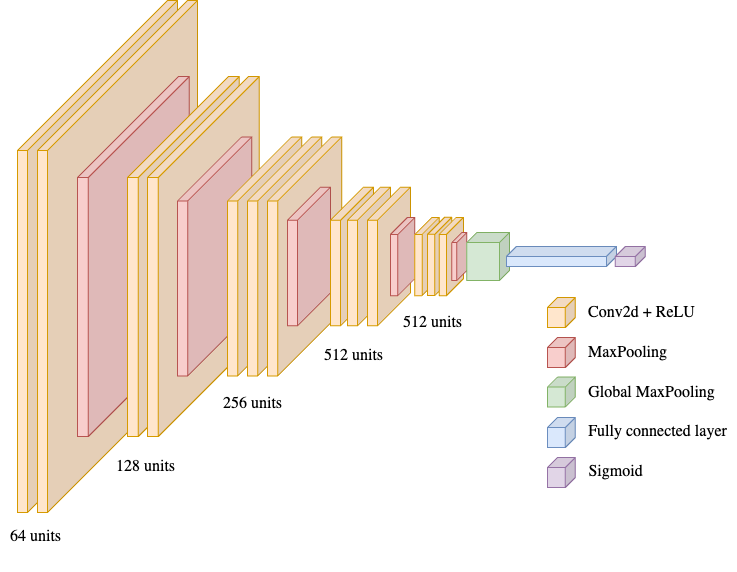
The draw.io diagram img/nn-arch.png in krebso/bc-thesis, before a commit. Source tidied: cells renumbered, new cells last; positions are measured from the earlier drawing's top-left corner, leaving out a move shared by most shapes.
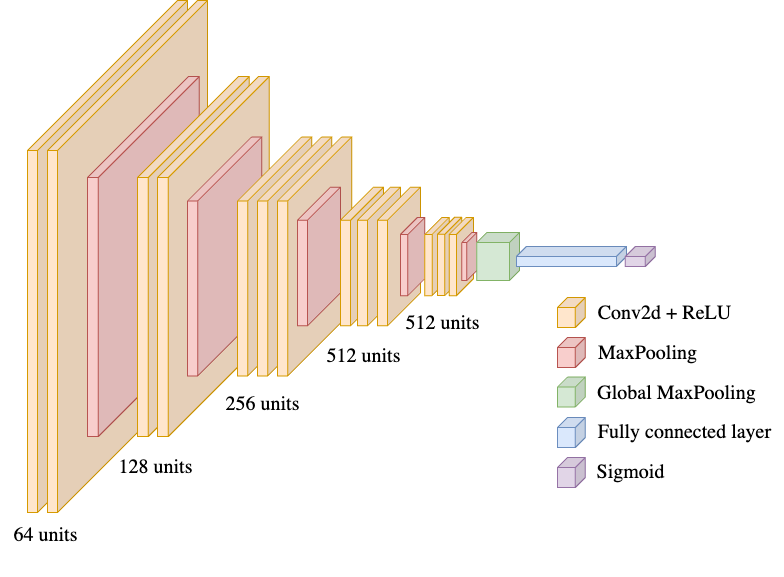
Above is the later version.

Commit message:
nn arch larger font

What changed in the source:
```diff
@@ -2,113 +2,113 @@
   <root>
     <mxCell id="0" />
     <mxCell id="1" parent="0" />
-    <mxCell id="2" style="shape=cube;whiteSpace=wrap;html=1;boundedLbl=1;backgroundOutline=1;darkOpacity=0.05;darkOpacity2=0.1;flipH=1;size=150;fillColor=#ffe6cc;strokeColor=#d79b00;fontFamily=Garamond;fontSize=16;" parent="1" vertex="1">
+    <mxCell id="2" style="shape=cube;whiteSpace=wrap;html=1;boundedLbl=1;backgroundOutline=1;darkOpacity=0.05;darkOpacity2=0.1;flipH=1;size=150;fillColor=#ffe6cc;strokeColor=#d79b00;fontFamily=Garamond;fontSize=20;" parent="1" vertex="1">
       <mxGeometry x="17" width="160" height="512" as="geometry" />
     </mxCell>
-    <mxCell id="3" style="shape=cube;whiteSpace=wrap;html=1;boundedLbl=1;backgroundOutline=1;darkOpacity=0.05;darkOpacity2=0.1;flipH=1;size=150;fillColor=#ffe6cc;strokeColor=#d79b00;fontFamily=Garamond;fontSize=16;" parent="1" vertex="1">
+    <mxCell id="3" style="shape=cube;whiteSpace=wrap;html=1;boundedLbl=1;backgroundOutline=1;darkOpacity=0.05;darkOpacity2=0.1;flipH=1;size=150;fillColor=#ffe6cc;strokeColor=#d79b00;fontFamily=Garamond;fontSize=20;" parent="1" vertex="1">
       <mxGeometry x="37" width="160" height="512" as="geometry" />
     </mxCell>
-    <mxCell id="4" value="64 units&lt;div style=&quot;font-size: 16px;&quot;&gt;&lt;br style=&quot;font-size: 16px;&quot;&gt;&lt;/div&gt;" style="text;html=1;align=center;verticalAlign=middle;strokeColor=none;fillColor=none;fontFamily=Garamond;fontSize=16;" parent="1" vertex="1">
-      <mxGeometry y="521" width="70" height="50" as="geometry" />
+    <mxCell id="4" value="64 units&lt;div style=&quot;font-size: 20px;&quot;&gt;&lt;br style=&quot;font-size: 20px;&quot;&gt;&lt;/div&gt;" style="text;html=1;align=center;verticalAlign=middle;strokeColor=none;fillColor=none;fontFamily=Garamond;fontSize=20;" parent="1" vertex="1">
+      <mxGeometry x="-10" y="516" width="90" height="60" as="geometry" />
     </mxCell>
-    <mxCell id="5" style="shape=cube;whiteSpace=wrap;html=1;boundedLbl=1;backgroundOutline=1;darkOpacity=0.05;darkOpacity2=0.1;flipH=1;size=101;fillColor=#f8cecc;strokeColor=#b85450;fontFamily=Garamond;fontSize=16;" parent="1" vertex="1">
+    <mxCell id="5" style="shape=cube;whiteSpace=wrap;html=1;boundedLbl=1;backgroundOutline=1;darkOpacity=0.05;darkOpacity2=0.1;flipH=1;size=101;fillColor=#f8cecc;strokeColor=#b85450;fontFamily=Garamond;fontSize=20;" parent="1" vertex="1">
       <mxGeometry x="77" y="76" width="111.8" height="360" as="geometry" />
     </mxCell>
-    <mxCell id="6" style="shape=cube;whiteSpace=wrap;html=1;boundedLbl=1;backgroundOutline=1;darkOpacity=0.05;darkOpacity2=0.1;flipH=1;size=101;fillColor=#ffe6cc;strokeColor=#d79b00;fontFamily=Garamond;fontSize=16;" parent="1" vertex="1">
+    <mxCell id="6" style="shape=cube;whiteSpace=wrap;html=1;boundedLbl=1;backgroundOutline=1;darkOpacity=0.05;darkOpacity2=0.1;flipH=1;size=101;fillColor=#ffe6cc;strokeColor=#d79b00;fontFamily=Garamond;fontSize=20;" parent="1" vertex="1">
       <mxGeometry x="127" y="76" width="111.8" height="360" as="geometry" />
     </mxCell>
-    <mxCell id="7" style="shape=cube;whiteSpace=wrap;html=1;boundedLbl=1;backgroundOutline=1;darkOpacity=0.05;darkOpacity2=0.1;flipH=1;size=101;fillColor=#ffe6cc;strokeColor=#d79b00;fontFamily=Garamond;fontSize=16;" parent="1" vertex="1">
+    <mxCell id="7" style="shape=cube;whiteSpace=wrap;html=1;boundedLbl=1;backgroundOutline=1;darkOpacity=0.05;darkOpacity2=0.1;flipH=1;size=101;fillColor=#ffe6cc;strokeColor=#d79b00;fontFamily=Garamond;fontSize=20;" parent="1" vertex="1">
       <mxGeometry x="147" y="76" width="111.8" height="360" as="geometry" />
     </mxCell>
-    <mxCell id="8" style="shape=cube;whiteSpace=wrap;html=1;boundedLbl=1;backgroundOutline=1;darkOpacity=0.05;darkOpacity2=0.1;flipH=1;size=64;fillColor=#f8cecc;strokeColor=#b85450;fontFamily=Garamond;fontSize=16;" parent="1" vertex="1">
+    <mxCell id="8" style="shape=cube;whiteSpace=wrap;html=1;boundedLbl=1;backgroundOutline=1;darkOpacity=0.05;darkOpacity2=0.1;flipH=1;size=64;fillColor=#f8cecc;strokeColor=#b85450;fontFamily=Garamond;fontSize=20;" parent="1" vertex="1">
       <mxGeometry x="177" y="136.5" width="74.3" height="239" as="geometry" />
     </mxCell>
-    <mxCell id="9" style="shape=cube;whiteSpace=wrap;html=1;boundedLbl=1;backgroundOutline=1;darkOpacity=0.05;darkOpacity2=0.1;flipH=1;size=64;fillColor=#ffe6cc;strokeColor=#d79b00;fontFamily=Garamond;fontSize=16;" parent="1" vertex="1">
+    <mxCell id="9" style="shape=cube;whiteSpace=wrap;html=1;boundedLbl=1;backgroundOutline=1;darkOpacity=0.05;darkOpacity2=0.1;flipH=1;size=64;fillColor=#ffe6cc;strokeColor=#d79b00;fontFamily=Garamond;fontSize=20;" parent="1" vertex="1">
       <mxGeometry x="227" y="136.5" width="74.3" height="239" as="geometry" />
     </mxCell>
-    <mxCell id="10" style="shape=cube;whiteSpace=wrap;html=1;boundedLbl=1;backgroundOutline=1;darkOpacity=0.05;darkOpacity2=0.1;flipH=1;size=64;fillColor=#ffe6cc;strokeColor=#d79b00;fontFamily=Garamond;fontSize=16;" parent="1" vertex="1">
+    <mxCell id="10" style="shape=cube;whiteSpace=wrap;html=1;boundedLbl=1;backgroundOutline=1;darkOpacity=0.05;darkOpacity2=0.1;flipH=1;size=64;fillColor=#ffe6cc;strokeColor=#d79b00;fontFamily=Garamond;fontSize=20;" parent="1" vertex="1">
       <mxGeometry x="247" y="136.5" width="74.3" height="239" as="geometry" />
     </mxCell>
-    <mxCell id="11" style="shape=cube;whiteSpace=wrap;html=1;boundedLbl=1;backgroundOutline=1;darkOpacity=0.05;darkOpacity2=0.1;flipH=1;size=64;fillColor=#ffe6cc;strokeColor=#d79b00;fontFamily=Garamond;fontSize=16;" parent="1" vertex="1">
+    <mxCell id="11" style="shape=cube;whiteSpace=wrap;html=1;boundedLbl=1;backgroundOutline=1;darkOpacity=0.05;darkOpacity2=0.1;flipH=1;size=64;fillColor=#ffe6cc;strokeColor=#d79b00;fontFamily=Garamond;fontSize=20;" parent="1" vertex="1">
       <mxGeometry x="267" y="136.5" width="74.3" height="239" as="geometry" />
     </mxCell>
-    <mxCell id="12" value="&lt;div style=&quot;font-size: 16px;&quot;&gt;128 units&lt;/div&gt;" style="text;html=1;align=center;verticalAlign=middle;strokeColor=none;fillColor=none;fontFamily=Garamond;fontSize=16;" parent="1" vertex="1">
-      <mxGeometry x="104.8" y="451" width="80" height="30" as="geometry" />
+    <mxCell id="12" value="&lt;div style=&quot;font-size: 20px;&quot;&gt;128 units&lt;/div&gt;" style="text;html=1;align=center;verticalAlign=middle;strokeColor=none;fillColor=none;fontFamily=Garamond;fontSize=20;" parent="1" vertex="1">
+      <mxGeometry x="94.8" y="446" width="100" height="40" as="geometry" />
     </mxCell>
-    <mxCell id="13" value="&lt;div style=&quot;font-size: 16px;&quot;&gt;256 units&lt;/div&gt;" style="text;html=1;align=center;verticalAlign=middle;strokeColor=none;fillColor=none;fontFamily=Garamond;fontSize=16;" parent="1" vertex="1">
-      <mxGeometry x="211.6" y="388" width="80" height="30" as="geometry" />
+    <mxCell id="13" value="&lt;div style=&quot;font-size: 20px;&quot;&gt;256 units&lt;/div&gt;" style="text;html=1;align=center;verticalAlign=middle;strokeColor=none;fillColor=none;fontFamily=Garamond;fontSize=20;" parent="1" vertex="1">
+      <mxGeometry x="201.6" y="383" width="100" height="40" as="geometry" />
     </mxCell>
-    <mxCell id="14" style="shape=cube;whiteSpace=wrap;html=1;boundedLbl=1;backgroundOutline=1;darkOpacity=0.05;darkOpacity2=0.1;flipH=1;size=33;fillColor=#f8cecc;strokeColor=#b85450;fontFamily=Garamond;fontSize=16;" parent="1" vertex="1">
+    <mxCell id="14" style="shape=cube;whiteSpace=wrap;html=1;boundedLbl=1;backgroundOutline=1;darkOpacity=0.05;darkOpacity2=0.1;flipH=1;size=33;fillColor=#f8cecc;strokeColor=#b85450;fontFamily=Garamond;fontSize=20;" parent="1" vertex="1">
       <mxGeometry x="287" y="186.8" width="43" height="138.5" as="geometry" />
     </mxCell>
-    <mxCell id="15" style="shape=cube;whiteSpace=wrap;html=1;boundedLbl=1;backgroundOutline=1;darkOpacity=0.05;darkOpacity2=0.1;flipH=1;size=33;fillColor=#ffe6cc;strokeColor=#d79b00;fontFamily=Garamond;fontSize=16;" parent="1" vertex="1">
+    <mxCell id="15" style="shape=cube;whiteSpace=wrap;html=1;boundedLbl=1;backgroundOutline=1;darkOpacity=0.05;darkOpacity2=0.1;flipH=1;size=33;fillColor=#ffe6cc;strokeColor=#d79b00;fontFamily=Garamond;fontSize=20;" parent="1" vertex="1">
       <mxGeometry x="330" y="186.8" width="43" height="138.5" as="geometry" />
     </mxCell>
-    <mxCell id="16" style="shape=cube;whiteSpace=wrap;html=1;boundedLbl=1;backgroundOutline=1;darkOpacity=0.05;darkOpacity2=0.1;flipH=1;size=33;fillColor=#ffe6cc;strokeColor=#d79b00;fontFamily=Garamond;fontSize=16;" parent="1" vertex="1">
+    <mxCell id="16" style="shape=cube;whiteSpace=wrap;html=1;boundedLbl=1;backgroundOutline=1;darkOpacity=0.05;darkOpacity2=0.1;flipH=1;size=33;fillColor=#ffe6cc;strokeColor=#d79b00;fontFamily=Garamond;fontSize=20;" parent="1" vertex="1">
       <mxGeometry x="347" y="186.8" width="43" height="138.5" as="geometry" />
     </mxCell>
-    <mxCell id="17" style="shape=cube;whiteSpace=wrap;html=1;boundedLbl=1;backgroundOutline=1;darkOpacity=0.05;darkOpacity2=0.1;flipH=1;size=33;fillColor=#ffe6cc;strokeColor=#d79b00;fontFamily=Garamond;fontSize=16;" parent="1" vertex="1">
+    <mxCell id="17" style="shape=cube;whiteSpace=wrap;html=1;boundedLbl=1;backgroundOutline=1;darkOpacity=0.05;darkOpacity2=0.1;flipH=1;size=33;fillColor=#ffe6cc;strokeColor=#d79b00;fontFamily=Garamond;fontSize=20;" parent="1" vertex="1">
       <mxGeometry x="367" y="186.8" width="43" height="138.5" as="geometry" />
     </mxCell>
-    <mxCell id="18" style="shape=cube;whiteSpace=wrap;html=1;boundedLbl=1;backgroundOutline=1;darkOpacity=0.05;darkOpacity2=0.1;flipH=1;size=17;fillColor=#f8cecc;strokeColor=#b85450;fontFamily=Garamond;fontSize=16;" parent="1" vertex="1">
+    <mxCell id="18" style="shape=cube;whiteSpace=wrap;html=1;boundedLbl=1;backgroundOutline=1;darkOpacity=0.05;darkOpacity2=0.1;flipH=1;size=17;fillColor=#f8cecc;strokeColor=#b85450;fontFamily=Garamond;fontSize=20;" parent="1" vertex="1">
       <mxGeometry x="390" y="216.9" width="24.3" height="78.2" as="geometry" />
     </mxCell>
-    <mxCell id="19" style="shape=cube;whiteSpace=wrap;html=1;boundedLbl=1;backgroundOutline=1;darkOpacity=0.05;darkOpacity2=0.1;flipH=1;size=17;fillColor=#ffe6cc;strokeColor=#d79b00;fontFamily=Garamond;fontSize=16;" parent="1" vertex="1">
+    <mxCell id="19" style="shape=cube;whiteSpace=wrap;html=1;boundedLbl=1;backgroundOutline=1;darkOpacity=0.05;darkOpacity2=0.1;flipH=1;size=17;fillColor=#ffe6cc;strokeColor=#d79b00;fontFamily=Garamond;fontSize=20;" parent="1" vertex="1">
       <mxGeometry x="414.3" y="216.9" width="24.3" height="78.2" as="geometry" />
     </mxCell>
-    <mxCell id="20" style="shape=cube;whiteSpace=wrap;html=1;boundedLbl=1;backgroundOutline=1;darkOpacity=0.05;darkOpacity2=0.1;flipH=1;size=17;fillColor=#ffe6cc;strokeColor=#d79b00;fontFamily=Garamond;fontSize=16;" parent="1" vertex="1">
+    <mxCell id="20" style="shape=cube;whiteSpace=wrap;html=1;boundedLbl=1;backgroundOutline=1;darkOpacity=0.05;darkOpacity2=0.1;flipH=1;size=17;fillColor=#ffe6cc;strokeColor=#d79b00;fontFamily=Garamond;fontSize=20;" parent="1" vertex="1">
       <mxGeometry x="427" y="216.9" width="24.3" height="78.2" as="geometry" />
     </mxCell>
-    <mxCell id="21" style="shape=cube;whiteSpace=wrap;html=1;boundedLbl=1;backgroundOutline=1;darkOpacity=0.05;darkOpacity2=0.1;flipH=1;size=17;fillColor=#ffe6cc;strokeColor=#d79b00;fontFamily=Garamond;fontSize=16;" parent="1" vertex="1">
+    <mxCell id="21" style="shape=cube;whiteSpace=wrap;html=1;boundedLbl=1;backgroundOutline=1;darkOpacity=0.05;darkOpacity2=0.1;flipH=1;size=17;fillColor=#ffe6cc;strokeColor=#d79b00;fontFamily=Garamond;fontSize=20;" parent="1" vertex="1">
       <mxGeometry x="438.6" y="216.9" width="24.3" height="78.2" as="geometry" />
     </mxCell>
-    <mxCell id="22" value="&lt;div style=&quot;font-size: 16px;&quot;&gt;512 units&lt;/div&gt;" style="text;html=1;align=center;verticalAlign=middle;strokeColor=none;fillColor=none;fontFamily=Garamond;fontSize=16;" parent="1" vertex="1">
-      <mxGeometry x="312.6" y="339.5" width="80" height="30" as="geometry" />
+    <mxCell id="22" value="&lt;div style=&quot;font-size: 20px;&quot;&gt;512 units&lt;/div&gt;" style="text;html=1;align=center;verticalAlign=middle;strokeColor=none;fillColor=none;fontFamily=Garamond;fontSize=20;" parent="1" vertex="1">
+      <mxGeometry x="302.6" y="334.5" width="100" height="40" as="geometry" />
     </mxCell>
-    <mxCell id="23" value="&lt;div style=&quot;font-size: 16px;&quot;&gt;512 units&lt;/div&gt;" style="text;html=1;align=center;verticalAlign=middle;strokeColor=none;fillColor=none;fontFamily=Garamond;fontSize=16;" parent="1" vertex="1">
-      <mxGeometry x="392.2" y="307" width="80" height="30" as="geometry" />
+    <mxCell id="23" value="&lt;div style=&quot;font-size: 20px;&quot;&gt;512 units&lt;/div&gt;" style="text;html=1;align=center;verticalAlign=middle;strokeColor=none;fillColor=none;fontFamily=Garamond;fontSize=20;" parent="1" vertex="1">
+      <mxGeometry x="382.2" y="302" width="100" height="40" as="geometry" />
     </mxCell>
-    <mxCell id="24" style="shape=cube;whiteSpace=wrap;html=1;boundedLbl=1;backgroundOutline=1;darkOpacity=0.05;darkOpacity2=0.1;flipH=1;size=10;fillColor=#f8cecc;strokeColor=#b85450;fontFamily=Garamond;fontSize=16;" parent="1" vertex="1">
+    <mxCell id="24" style="shape=cube;whiteSpace=wrap;html=1;boundedLbl=1;backgroundOutline=1;darkOpacity=0.05;darkOpacity2=0.1;flipH=1;size=10;fillColor=#f8cecc;strokeColor=#b85450;fontFamily=Garamond;fontSize=20;" parent="1" vertex="1">
       <mxGeometry x="451.3" y="232" width="14.9" height="48" as="geometry" />
     </mxCell>
-    <mxCell id="25" style="shape=cube;whiteSpace=wrap;html=1;boundedLbl=1;backgroundOutline=1;darkOpacity=0.05;darkOpacity2=0.1;flipH=1;size=10;fillColor=#d5e8d4;strokeColor=#82b366;fontFamily=Garamond;fontSize=16;" parent="1" vertex="1">
+    <mxCell id="25" style="shape=cube;whiteSpace=wrap;html=1;boundedLbl=1;backgroundOutline=1;darkOpacity=0.05;darkOpacity2=0.1;flipH=1;size=10;fillColor=#d5e8d4;strokeColor=#82b366;fontFamily=Garamond;fontSize=20;" parent="1" vertex="1">
       <mxGeometry x="466.2" y="232" width="42.8" height="48" as="geometry" />
     </mxCell>
-    <mxCell id="26" style="shape=cube;whiteSpace=wrap;html=1;boundedLbl=1;backgroundOutline=1;darkOpacity=0.05;darkOpacity2=0.1;flipH=1;size=10;fillColor=#dae8fc;strokeColor=#6c8ebf;fontFamily=Garamond;fontSize=16;" parent="1" vertex="1">
+    <mxCell id="26" style="shape=cube;whiteSpace=wrap;html=1;boundedLbl=1;backgroundOutline=1;darkOpacity=0.05;darkOpacity2=0.1;flipH=1;size=10;fillColor=#dae8fc;strokeColor=#6c8ebf;fontFamily=Garamond;fontSize=20;" parent="1" vertex="1">
       <mxGeometry x="505.9" y="246" width="110" height="20" as="geometry" />
     </mxCell>
-    <mxCell id="27" value="Conv2d + ReLU" style="text;html=1;align=center;verticalAlign=middle;strokeColor=none;fillColor=none;fontFamily=Garamond;fontSize=16;" parent="1" vertex="1">
-      <mxGeometry x="575.8" y="297" width="130" height="30" as="geometry" />
+    <mxCell id="27" value="Conv2d + ReLU" style="text;html=1;align=center;verticalAlign=middle;strokeColor=none;fillColor=none;fontFamily=Garamond;fontSize=20;" parent="1" vertex="1">
+      <mxGeometry x="573.8" y="292" width="160" height="40" as="geometry" />
     </mxCell>
-    <mxCell id="28" value="MaxPooling" style="text;html=1;align=center;verticalAlign=middle;strokeColor=none;fillColor=none;fontFamily=Garamond;fontSize=16;" parent="1" vertex="1">
-      <mxGeometry x="576.8" y="336.5" width="100" height="30" as="geometry" />
+    <mxCell id="28" value="MaxPooling" style="text;html=1;align=center;verticalAlign=middle;strokeColor=none;fillColor=none;fontFamily=Garamond;fontSize=20;" parent="1" vertex="1">
+      <mxGeometry x="576.8" y="331.5" width="120" height="40" as="geometry" />
     </mxCell>
-    <mxCell id="29" style="shape=cube;whiteSpace=wrap;html=1;boundedLbl=1;backgroundOutline=1;darkOpacity=0.05;darkOpacity2=0.1;flipH=1;size=10;fillColor=#ffe6cc;strokeColor=#d79b00;fontFamily=Garamond;fontSize=16;" parent="1" vertex="1">
+    <mxCell id="29" style="shape=cube;whiteSpace=wrap;html=1;boundedLbl=1;backgroundOutline=1;darkOpacity=0.05;darkOpacity2=0.1;flipH=1;size=10;fillColor=#ffe6cc;strokeColor=#d79b00;fontFamily=Garamond;fontSize=20;" parent="1" vertex="1">
       <mxGeometry x="547" y="297" width="27.8" height="30" as="geometry" />
     </mxCell>
-    <mxCell id="30" style="shape=cube;whiteSpace=wrap;html=1;boundedLbl=1;backgroundOutline=1;darkOpacity=0.05;darkOpacity2=0.1;flipH=1;size=10;fillColor=#f8cecc;strokeColor=#b85450;fontFamily=Garamond;fontSize=16;" parent="1" vertex="1">
+    <mxCell id="30" style="shape=cube;whiteSpace=wrap;html=1;boundedLbl=1;backgroundOutline=1;darkOpacity=0.05;darkOpacity2=0.1;flipH=1;size=10;fillColor=#f8cecc;strokeColor=#b85450;fontFamily=Garamond;fontSize=20;" parent="1" vertex="1">
       <mxGeometry x="547" y="337" width="27.8" height="30" as="geometry" />
     </mxCell>
-    <mxCell id="31" style="shape=cube;whiteSpace=wrap;html=1;boundedLbl=1;backgroundOutline=1;darkOpacity=0.05;darkOpacity2=0.1;flipH=1;size=10;fillColor=#d5e8d4;strokeColor=#82b366;fontFamily=Garamond;fontSize=16;" parent="1" vertex="1">
+    <mxCell id="31" style="shape=cube;whiteSpace=wrap;html=1;boundedLbl=1;backgroundOutline=1;darkOpacity=0.05;darkOpacity2=0.1;flipH=1;size=10;fillColor=#d5e8d4;strokeColor=#82b366;fontFamily=Garamond;fontSize=20;" parent="1" vertex="1">
       <mxGeometry x="547" y="376.5" width="27.8" height="30" as="geometry" />
     </mxCell>
-    <mxCell id="32" value="Global MaxPooling" style="text;html=1;align=center;verticalAlign=middle;strokeColor=none;fillColor=none;fontFamily=Garamond;fontSize=16;" parent="1" vertex="1">
-      <mxGeometry x="576" y="377" width="150" height="30" as="geometry" />
+    <mxCell id="32" value="Global MaxPooling" style="text;html=1;align=center;verticalAlign=middle;strokeColor=none;fillColor=none;fontFamily=Garamond;fontSize=20;" parent="1" vertex="1">
+      <mxGeometry x="576" y="372" width="180" height="40" as="geometry" />
     </mxCell>
-    <mxCell id="33" style="shape=cube;whiteSpace=wrap;html=1;boundedLbl=1;backgroundOutline=1;darkOpacity=0.05;darkOpacity2=0.1;flipH=1;size=10;fillColor=#dae8fc;strokeColor=#6c8ebf;fontFamily=Garamond;fontSize=16;" parent="1" vertex="1">
+    <mxCell id="33" style="shape=cube;whiteSpace=wrap;html=1;boundedLbl=1;backgroundOutline=1;darkOpacity=0.05;darkOpacity2=0.1;flipH=1;size=10;fillColor=#dae8fc;strokeColor=#6c8ebf;fontFamily=Garamond;fontSize=20;" parent="1" vertex="1">
       <mxGeometry x="547" y="417" width="27.8" height="30" as="geometry" />
     </mxCell>
-    <mxCell id="34" value="Fully connected layer" style="text;html=1;align=center;verticalAlign=middle;strokeColor=none;fillColor=none;fontFamily=Garamond;fontSize=16;" parent="1" vertex="1">
-      <mxGeometry x="577" y="416" width="160" height="30" as="geometry" />
+    <mxCell id="34" value="Fully connected layer" style="text;html=1;align=center;verticalAlign=middle;strokeColor=none;fillColor=none;fontFamily=Garamond;fontSize=20;" parent="1" vertex="1">
+      <mxGeometry x="574" y="411" width="200" height="40" as="geometry" />
     </mxCell>
-    <mxCell id="35" style="shape=cube;whiteSpace=wrap;html=1;boundedLbl=1;backgroundOutline=1;darkOpacity=0.05;darkOpacity2=0.1;flipH=1;size=10;fillColor=#e1d5e7;strokeColor=#9673a6;fontFamily=Garamond;fontSize=16;" parent="1" vertex="1">
+    <mxCell id="35" style="shape=cube;whiteSpace=wrap;html=1;boundedLbl=1;backgroundOutline=1;darkOpacity=0.05;darkOpacity2=0.1;flipH=1;size=10;fillColor=#e1d5e7;strokeColor=#9673a6;fontFamily=Garamond;fontSize=20;" parent="1" vertex="1">
       <mxGeometry x="614.8" y="246" width="30" height="20" as="geometry" />
     </mxCell>
-    <mxCell id="36" style="shape=cube;whiteSpace=wrap;html=1;boundedLbl=1;backgroundOutline=1;darkOpacity=0.05;darkOpacity2=0.1;flipH=1;size=10;fillColor=#e1d5e7;strokeColor=#9673a6;fontFamily=Garamond;fontSize=16;" parent="1" vertex="1">
+    <mxCell id="36" style="shape=cube;whiteSpace=wrap;html=1;boundedLbl=1;backgroundOutline=1;darkOpacity=0.05;darkOpacity2=0.1;flipH=1;size=10;fillColor=#e1d5e7;strokeColor=#9673a6;fontFamily=Garamond;fontSize=20;" parent="1" vertex="1">
       <mxGeometry x="547" y="457" width="27.8" height="30" as="geometry" />
     </mxCell>
-    <mxCell id="37" value="Sigmoid" style="text;html=1;align=center;verticalAlign=middle;strokeColor=none;fillColor=none;fontFamily=Garamond;fontSize=16;" parent="1" vertex="1">
-      <mxGeometry x="575" y="456" width="80" height="30" as="geometry" />
+    <mxCell id="37" value="Sigmoid" style="text;html=1;align=center;verticalAlign=middle;strokeColor=none;fillColor=none;fontFamily=Garamond;fontSize=20;" parent="1" vertex="1">
+      <mxGeometry x="575" y="451" width="90" height="40" as="geometry" />
     </mxCell>
   </root>
 </mxGraphModel>
```
